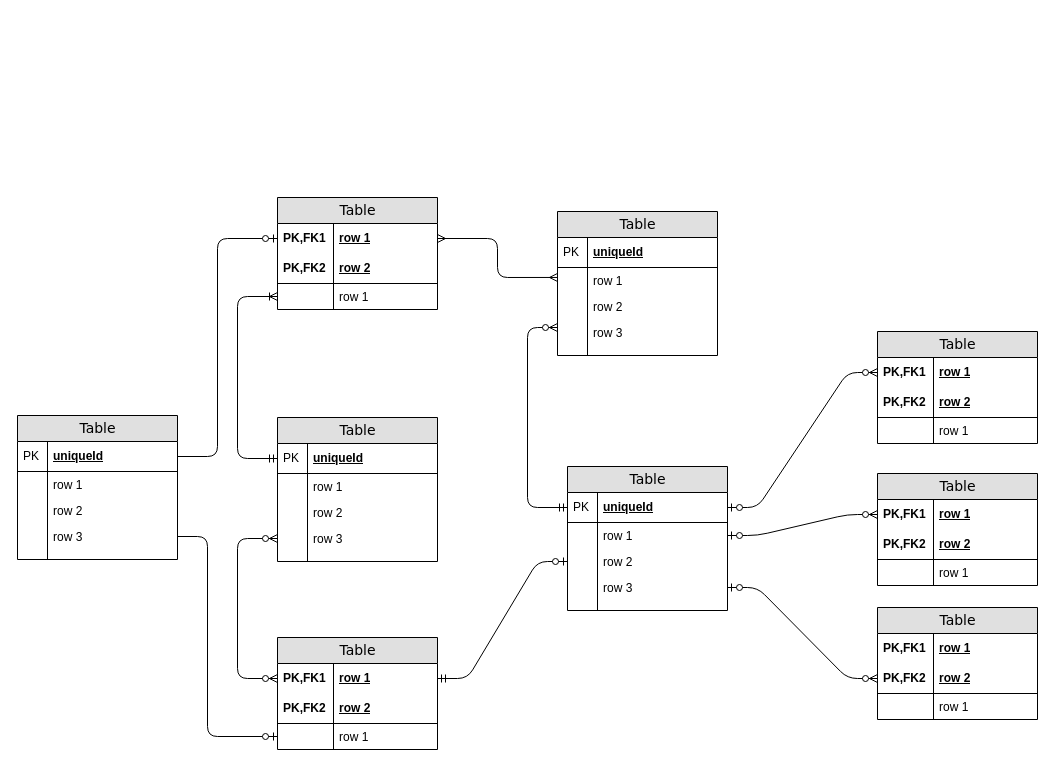
Above: VSS_Invoice_ERD.drawio in luss613/draw.io (draw.io), before the change. Source tidied: cells renumbered, new cells numbered last; positions are measured from the earlier drawing's top-left corner, leaving out a move shared by most shapes. Both pictures are drawn from the tidied source at 100%, with x=0, y=0 at pixel (17, 197).
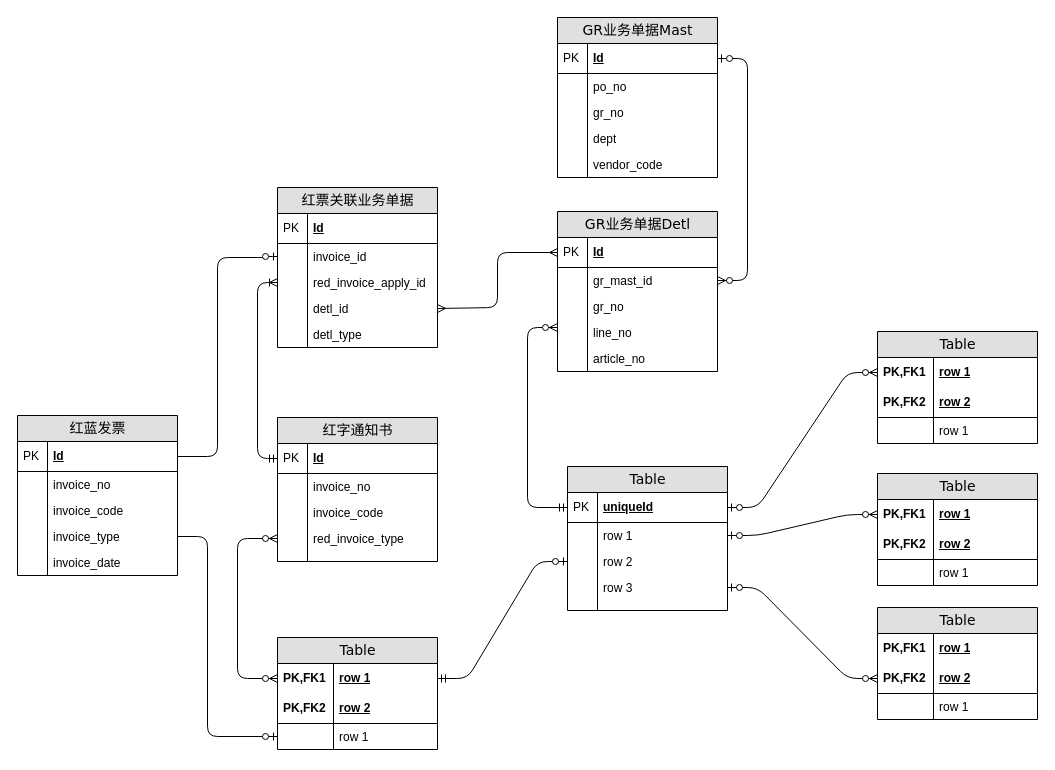
The same page after the edit.

Diff of the diagram source:
```diff
@@
-    <mxCell id="2" value="Table" style="swimlane;html=1;fontStyle=0;horizontal=1;startSize=26;fillColor=#e0e0e0;swimlaneFillColor=#ffffff;align=center;rounded=0;shadow=0;comic=0;labelBackgroundColor=none;strokeWidth=1;fontFamily=Verdana;fontSize=14;" parent="1" vertex="1">
-      <mxGeometry x="260" width="160" height="112" as="geometry" />
-    </mxCell>
-    <mxCell id="3" value="row 1" style="shape=partialRectangle;top=0;left=0;right=0;bottom=0;html=1;align=left;verticalAlign=middle;fillColor=none;spacingLeft=60;spacingRight=4;whiteSpace=wrap;overflow=hidden;points=[[0,0.5],[1,0.5]];portConstraint=eastwest;fontStyle=5;" parent="2" vertex="1">
-      <mxGeometry y="26" width="160" height="30" as="geometry" />
-    </mxCell>
-    <mxCell id="4" value="PK,FK1" style="shape=partialRectangle;fontStyle=1;top=0;left=0;bottom=0;html=1;fillColor=none;align=left;verticalAlign=middle;spacingLeft=4;spacingRight=4;whiteSpace=wrap;overflow=hidden;" parent="3" vertex="1">
-      <mxGeometry width="56" height="30" as="geometry" />
-    </mxCell>
-    <mxCell id="5" value="row 2" style="shape=partialRectangle;top=0;left=0;right=0;bottom=1;html=1;align=left;verticalAlign=middle;fillColor=none;spacingLeft=60;spacingRight=4;whiteSpace=wrap;overflow=hidden;fontStyle=5;" parent="2" vertex="1">
-      <mxGeometry y="56" width="160" height="30" as="geometry" />
-    </mxCell>
-    <mxCell id="6" value="PK,FK2" style="shape=partialRectangle;fontStyle=1;top=0;left=0;bottom=0;html=1;fillColor=none;align=left;verticalAlign=middle;spacingLeft=4;spacingRight=4;whiteSpace=wrap;overflow=hidden;" parent="5" vertex="1">
-      <mxGeometry width="56" height="30" as="geometry" />
-    </mxCell>
-    <mxCell id="7" value="row 1" style="shape=partialRectangle;top=0;left=0;right=0;bottom=0;html=1;align=left;verticalAlign=top;fillColor=none;spacingLeft=60;spacingRight=4;whiteSpace=wrap;overflow=hidden;points=[[0,0.5],[1,0.5]];portConstraint=eastwest;" parent="2" vertex="1">
-      <mxGeometry y="86" width="160" height="26" as="geometry" />
-    </mxCell>
-    <mxCell id="8" style="shape=partialRectangle;top=0;left=0;bottom=0;html=1;fillColor=none;align=left;verticalAlign=top;spacingLeft=4;spacingRight=4;whiteSpace=wrap;overflow=hidden;" parent="7" vertex="1">
-      <mxGeometry width="56" height="26" as="geometry" />
-    </mxCell>
-    <mxCell id="9" value="Table" style="swimlane;html=1;fontStyle=0;horizontal=1;startSize=26;fillColor=#e0e0e0;swimlaneFillColor=#ffffff;align=center;rounded=0;shadow=0;comic=0;labelBackgroundColor=none;strokeWidth=1;fontFamily=Verdana;fontSize=14;swimlaneLine=1;" parent="1" vertex="1">
-      <mxGeometry x="540" y="14" width="160" height="144" as="geometry" />
+    <mxCell id="9" value="GR业务单据Detl" style="swimlane;html=1;fontStyle=0;horizontal=1;startSize=26;fillColor=#e0e0e0;swimlaneFillColor=#ffffff;align=center;rounded=0;shadow=0;comic=0;labelBackgroundColor=none;strokeWidth=1;fontFamily=Verdana;fontSize=14;swimlaneLine=1;" parent="1" vertex="1">
+      <mxGeometry x="540" y="14" width="160" height="160" as="geometry" />
     </mxCell>
-    <mxCell id="10" value="uniqueId" style="shape=partialRectangle;top=0;left=0;right=0;bottom=1;html=1;align=left;verticalAlign=middle;fillColor=none;spacingLeft=34;spacingRight=4;whiteSpace=wrap;overflow=hidden;points=[[0,0.5],[1,0.5]];portConstraint=eastwest;fontStyle=5;" parent="9" vertex="1">
+    <mxCell id="10" value="Id" style="shape=partialRectangle;top=0;left=0;right=0;bottom=1;html=1;align=left;verticalAlign=middle;fillColor=none;spacingLeft=34;spacingRight=4;whiteSpace=wrap;overflow=hidden;points=[[0,0.5],[1,0.5]];portConstraint=eastwest;fontStyle=5;" parent="9" vertex="1">
       <mxGeometry y="26" width="160" height="30" as="geometry" />
     </mxCell>
@@
-    <mxCell id="12" value="row 1" style="shape=partialRectangle;top=0;left=0;right=0;bottom=0;html=1;align=left;verticalAlign=top;fillColor=none;spacingLeft=34;spacingRight=4;whiteSpace=wrap;overflow=hidden;points=[[0,0.5],[1,0.5]];portConstraint=eastwest;" parent="9" vertex="1">
+    <mxCell id="12" value="gr_mast_id" style="shape=partialRectangle;top=0;left=0;right=0;bottom=0;html=1;align=left;verticalAlign=top;fillColor=none;spacingLeft=34;spacingRight=4;whiteSpace=wrap;overflow=hidden;points=[[0,0.5],[1,0.5]];portConstraint=eastwest;" parent="9" vertex="1">
       <mxGeometry y="56" width="160" height="26" as="geometry" />
     </mxCell>
@@
-    <mxCell id="14" value="row 2" style="shape=partialRectangle;top=0;left=0;right=0;bottom=0;html=1;align=left;verticalAlign=top;fillColor=none;spacingLeft=34;spacingRight=4;whiteSpace=wrap;overflow=hidden;" parent="9" vertex="1">
+    <mxCell id="14" value="gr_no" style="shape=partialRectangle;top=0;left=0;right=0;bottom=0;html=1;align=left;verticalAlign=top;fillColor=none;spacingLeft=34;spacingRight=4;whiteSpace=wrap;overflow=hidden;" parent="9" vertex="1">
       <mxGeometry y="82" width="160" height="26" as="geometry" />
     </mxCell>
@@
-    <mxCell id="16" value="row 3" style="shape=partialRectangle;top=0;left=0;right=0;bottom=0;html=1;align=left;verticalAlign=top;fillColor=none;spacingLeft=34;spacingRight=4;whiteSpace=wrap;overflow=hidden;points=[[0,0.5],[1,0.5]];portConstraint=eastwest;" parent="9" vertex="1">
+    <mxCell id="16" value="line_no" style="shape=partialRectangle;top=0;left=0;right=0;bottom=0;html=1;align=left;verticalAlign=top;fillColor=none;spacingLeft=34;spacingRight=4;whiteSpace=wrap;overflow=hidden;points=[[0,0.5],[1,0.5]];portConstraint=eastwest;" parent="9" vertex="1">
       <mxGeometry y="108" width="160" height="26" as="geometry" />
     </mxCell>
@@
-    <mxCell id="18" style="shape=partialRectangle;top=0;left=0;right=0;bottom=0;html=1;align=left;verticalAlign=top;fillColor=none;spacingLeft=34;spacingRight=4;whiteSpace=wrap;overflow=hidden;" parent="9" vertex="1">
-      <mxGeometry y="134" width="160" height="10" as="geometry" />
+    <mxCell id="18" value="article_no" style="shape=partialRectangle;top=0;left=0;right=0;bottom=0;html=1;align=left;verticalAlign=top;fillColor=none;spacingLeft=34;spacingRight=4;whiteSpace=wrap;overflow=hidden;" parent="9" vertex="1">
+      <mxGeometry y="134" width="160" height="26" as="geometry" />
     </mxCell>
     <mxCell id="19" style="shape=partialRectangle;top=0;left=0;bottom=0;html=1;fillColor=none;align=left;verticalAlign=top;spacingLeft=4;spacingRight=4;whiteSpace=wrap;overflow=hidden;" parent="18" vertex="1">
-      <mxGeometry width="30" height="10" as="geometry" />
+      <mxGeometry width="30" height="26" as="geometry" />
     </mxCell>
-    <mxCell id="20" value="Table" style="swimlane;html=1;fontStyle=0;horizontal=1;startSize=26;fillColor=#e0e0e0;swimlaneFillColor=#ffffff;align=center;rounded=0;shadow=0;comic=0;labelBackgroundColor=none;strokeWidth=1;fontFamily=Verdana;fontSize=14;" parent="1" vertex="1">
+    <mxCell id="20" value="红字通知书" style="swimlane;html=1;fontStyle=0;horizontal=1;startSize=26;fillColor=#e0e0e0;swimlaneFillColor=#ffffff;align=center;rounded=0;shadow=0;comic=0;labelBackgroundColor=none;strokeWidth=1;fontFamily=Verdana;fontSize=14;" parent="1" vertex="1">
       <mxGeometry x="260" y="220" width="160" height="144" as="geometry" />
     </mxCell>
-    <mxCell id="21" value="uniqueId" style="shape=partialRectangle;top=0;left=0;right=0;bottom=1;html=1;align=left;verticalAlign=middle;fillColor=none;spacingLeft=34;spacingRight=4;whiteSpace=wrap;overflow=hidden;points=[[0,0.5],[1,0.5]];portConstraint=eastwest;fontStyle=5;" parent="20" vertex="1">
+    <mxCell id="21" value="Id" style="shape=partialRectangle;top=0;left=0;right=0;bottom=1;html=1;align=left;verticalAlign=middle;fillColor=none;spacingLeft=34;spacingRight=4;whiteSpace=wrap;overflow=hidden;points=[[0,0.5],[1,0.5]];portConstraint=eastwest;fontStyle=5;" parent="20" vertex="1">
       <mxGeometry y="26" width="160" height="30" as="geometry" />
     </mxCell>
@@
-    <mxCell id="23" value="row 1" style="shape=partialRectangle;top=0;left=0;right=0;bottom=0;html=1;align=left;verticalAlign=top;fillColor=none;spacingLeft=34;spacingRight=4;whiteSpace=wrap;overflow=hidden;" parent="20" vertex="1">
+    <mxCell id="23" value="invoice_no" style="shape=partialRectangle;top=0;left=0;right=0;bottom=0;html=1;align=left;verticalAlign=top;fillColor=none;spacingLeft=34;spacingRight=4;whiteSpace=wrap;overflow=hidden;" parent="20" vertex="1">
       <mxGeometry y="56" width="160" height="26" as="geometry" />
     </mxCell>
@@
-    <mxCell id="25" value="row 2" style="shape=partialRectangle;top=0;left=0;right=0;bottom=0;html=1;align=left;verticalAlign=top;fillColor=none;spacingLeft=34;spacingRight=4;whiteSpace=wrap;overflow=hidden;" parent="20" vertex="1">
+    <mxCell id="25" value="invoice_code" style="shape=partialRectangle;top=0;left=0;right=0;bottom=0;html=1;align=left;verticalAlign=top;fillColor=none;spacingLeft=34;spacingRight=4;whiteSpace=wrap;overflow=hidden;" parent="20" vertex="1">
       <mxGeometry y="82" width="160" height="26" as="geometry" />
     </mxCell>
@@
-    <mxCell id="27" value="row 3" style="shape=partialRectangle;top=0;left=0;right=0;bottom=0;html=1;align=left;verticalAlign=top;fillColor=none;spacingLeft=34;spacingRight=4;whiteSpace=wrap;overflow=hidden;points=[[0,0.5],[1,0.5]];portConstraint=eastwest;" parent="20" vertex="1">
+    <mxCell id="27" value="red_invoice_type" style="shape=partialRectangle;top=0;left=0;right=0;bottom=0;html=1;align=left;verticalAlign=top;fillColor=none;spacingLeft=34;spacingRight=4;whiteSpace=wrap;overflow=hidden;points=[[0,0.5],[1,0.5]];portConstraint=eastwest;" parent="20" vertex="1">
       <mxGeometry y="108" width="160" height="26" as="geometry" />
     </mxCell>
@@
-    <mxCell id="56" style="edgeStyle=orthogonalEdgeStyle;html=1;endArrow=ERoneToMany;startArrow=ERmandOne;labelBackgroundColor=none;fontFamily=Verdana;fontSize=14;entryX=0;entryY=0.5;exitX=0;exitY=0.5;" parent="1" edge="1" source="21" target="7">
+    <mxCell id="56" style="edgeStyle=orthogonalEdgeStyle;html=1;endArrow=ERoneToMany;startArrow=ERmandOne;labelBackgroundColor=none;fontFamily=Verdana;fontSize=14;exitX=0;exitY=0.5;" parent="1" edge="1" source="21" target="96">
       <mxGeometry relative="1" as="geometry">
         <Array as="points">
-          <mxPoint x="220" y="261" />
-          <mxPoint x="220" y="99" />
+          <mxPoint x="240" y="261" />
+          <mxPoint x="240" y="85" />
         </Array>
       </mxGeometry>
     </mxCell>
@@
-    <mxCell id="58" style="edgeStyle=orthogonalEdgeStyle;html=1;endArrow=ERmany;startArrow=ERmany;labelBackgroundColor=none;fontFamily=Verdana;fontSize=14;entryX=1;entryY=0.5;exitX=0;exitY=0.383;exitPerimeter=0;" parent="1" edge="1" source="12" target="3">
+    <mxCell id="58" style="edgeStyle=orthogonalEdgeStyle;html=1;endArrow=ERmany;startArrow=ERmany;labelBackgroundColor=none;fontFamily=Verdana;fontSize=14;entryX=1;entryY=0.5;exitX=0;exitY=0.5;exitDx=0;exitDy=0;entryDx=0;entryDy=0;" parent="1" edge="1" source="10" target="98">
       <mxGeometry relative="1" as="geometry">
         <Array as="points">
-          <mxPoint x="480" y="80" />
-          <mxPoint x="480" y="41" />
+          <mxPoint x="480" y="55" />
+          <mxPoint x="480" y="110" />
         </Array>
       </mxGeometry>
     </mxCell>
@@
-    <mxCell id="78" value="Table" style="swimlane;html=1;fontStyle=0;horizontal=1;startSize=26;fillColor=#e0e0e0;swimlaneFillColor=#ffffff;align=center;rounded=0;shadow=0;comic=0;labelBackgroundColor=none;strokeWidth=1;fontFamily=Verdana;fontSize=14;" parent="1" vertex="1">
-      <mxGeometry y="218" width="160" height="144" as="geometry" />
+    <mxCell id="78" value="红蓝发票" style="swimlane;html=1;fontStyle=0;horizontal=1;startSize=26;fillColor=#e0e0e0;swimlaneFillColor=#ffffff;align=center;rounded=0;shadow=0;comic=0;labelBackgroundColor=none;strokeWidth=1;fontFamily=Verdana;fontSize=14;" parent="1" vertex="1">
+      <mxGeometry y="218" width="160" height="160" as="geometry" />
     </mxCell>
-    <mxCell id="79" value="uniqueId" style="shape=partialRectangle;top=0;left=0;right=0;bottom=1;html=1;align=left;verticalAlign=middle;fillColor=none;spacingLeft=34;spacingRight=4;whiteSpace=wrap;overflow=hidden;points=[[0,0.5],[1,0.5]];portConstraint=eastwest;fontStyle=5;" parent="78" vertex="1">
+    <mxCell id="79" value="Id" style="shape=partialRectangle;top=0;left=0;right=0;bottom=1;html=1;align=left;verticalAlign=middle;fillColor=none;spacingLeft=34;spacingRight=4;whiteSpace=wrap;overflow=hidden;points=[[0,0.5],[1,0.5]];portConstraint=eastwest;fontStyle=5;" parent="78" vertex="1">
       <mxGeometry y="26" width="160" height="30" as="geometry" />
     </mxCell>
@@
-    <mxCell id="81" value="row 1" style="shape=partialRectangle;top=0;left=0;right=0;bottom=0;html=1;align=left;verticalAlign=top;fillColor=none;spacingLeft=34;spacingRight=4;whiteSpace=wrap;overflow=hidden;" parent="78" vertex="1">
+    <mxCell id="81" value="invoice_no" style="shape=partialRectangle;top=0;left=0;right=0;bottom=0;html=1;align=left;verticalAlign=top;fillColor=none;spacingLeft=34;spacingRight=4;whiteSpace=wrap;overflow=hidden;" parent="78" vertex="1">
       <mxGeometry y="56" width="160" height="26" as="geometry" />
     </mxCell>
@@
-    <mxCell id="83" value="row 2" style="shape=partialRectangle;top=0;left=0;right=0;bottom=0;html=1;align=left;verticalAlign=top;fillColor=none;spacingLeft=34;spacingRight=4;whiteSpace=wrap;overflow=hidden;" parent="78" vertex="1">
+    <mxCell id="83" value="invoice_code" style="shape=partialRectangle;top=0;left=0;right=0;bottom=0;html=1;align=left;verticalAlign=top;fillColor=none;spacingLeft=34;spacingRight=4;whiteSpace=wrap;overflow=hidden;" parent="78" vertex="1">
       <mxGeometry y="82" width="160" height="26" as="geometry" />
     </mxCell>
@@
-    <mxCell id="85" value="row 3" style="shape=partialRectangle;top=0;left=0;right=0;bottom=0;html=1;align=left;verticalAlign=top;fillColor=none;spacingLeft=34;spacingRight=4;whiteSpace=wrap;overflow=hidden;points=[[0,0.5],[1,0.5]];portConstraint=eastwest;" parent="78" vertex="1">
+    <mxCell id="85" value="invoice_type" style="shape=partialRectangle;top=0;left=0;right=0;bottom=0;html=1;align=left;verticalAlign=top;fillColor=none;spacingLeft=34;spacingRight=4;whiteSpace=wrap;overflow=hidden;points=[[0,0.5],[1,0.5]];portConstraint=eastwest;" parent="78" vertex="1">
       <mxGeometry y="108" width="160" height="26" as="geometry" />
     </mxCell>
@@
-    <mxCell id="87" style="shape=partialRectangle;top=0;left=0;right=0;bottom=0;html=1;align=left;verticalAlign=top;fillColor=none;spacingLeft=34;spacingRight=4;whiteSpace=wrap;overflow=hidden;" parent="78" vertex="1">
-      <mxGeometry y="134" width="160" height="10" as="geometry" />
+    <mxCell id="87" value="invoice_date" style="shape=partialRectangle;top=0;left=0;right=0;bottom=0;html=1;align=left;verticalAlign=top;fillColor=none;spacingLeft=34;spacingRight=4;whiteSpace=wrap;overflow=hidden;" parent="78" vertex="1">
+      <mxGeometry y="134" width="160" height="26" as="geometry" />
     </mxCell>
     <mxCell id="88" style="shape=partialRectangle;top=0;left=0;bottom=0;html=1;fillColor=none;align=left;verticalAlign=top;spacingLeft=4;spacingRight=4;whiteSpace=wrap;overflow=hidden;" parent="87" vertex="1">
-      <mxGeometry width="30" height="10" as="geometry" />
+      <mxGeometry width="30" height="26" as="geometry" />
     </mxCell>
-    <mxCell id="89" style="edgeStyle=orthogonalEdgeStyle;html=1;endArrow=ERzeroToOne;endFill=1;labelBackgroundColor=none;fontFamily=Verdana;fontSize=14;entryX=0;entryY=0.5;exitX=1;exitY=0.5;" parent="1" edge="1" source="79" target="3">
+    <mxCell id="89" style="edgeStyle=orthogonalEdgeStyle;html=1;endArrow=ERzeroToOne;endFill=1;labelBackgroundColor=none;fontFamily=Verdana;fontSize=14;exitX=1;exitY=0.5;" parent="1" edge="1" source="79" target="94">
       <mxGeometry relative="1" as="geometry">
         <Array as="points">
           <mxPoint x="200" y="259" />
-          <mxPoint x="200" y="41" />
+          <mxPoint x="200" y="60" />
+          <mxPoint x="250" y="60" />
+          <mxPoint x="250" y="59" />
         </Array>
       </mxGeometry>
     </mxCell>
@@
+    <mxCell id="91" value="红票关联业务单据" style="swimlane;html=1;fontStyle=0;horizontal=1;startSize=26;fillColor=#e0e0e0;swimlaneFillColor=#ffffff;align=center;rounded=0;shadow=0;comic=0;labelBackgroundColor=none;strokeWidth=1;fontFamily=Verdana;fontSize=14;swimlaneLine=1;" parent="1" vertex="1">
+      <mxGeometry x="260" y="-10" width="160" height="160" as="geometry" />
+    </mxCell>
+    <mxCell id="92" value="Id" style="shape=partialRectangle;top=0;left=0;right=0;bottom=1;html=1;align=left;verticalAlign=middle;fillColor=none;spacingLeft=34;spacingRight=4;whiteSpace=wrap;overflow=hidden;fontStyle=5;" parent="91" vertex="1">
+      <mxGeometry y="26" width="160" height="30" as="geometry" />
+    </mxCell>
+    <mxCell id="93" value="PK" style="shape=partialRectangle;top=0;left=0;bottom=0;html=1;fillColor=none;align=left;verticalAlign=middle;spacingLeft=4;spacingRight=4;whiteSpace=wrap;overflow=hidden;" parent="92" vertex="1">
+      <mxGeometry width="30" height="30" as="geometry" />
+    </mxCell>
+    <mxCell id="94" value="invoice_id" style="shape=partialRectangle;top=0;left=0;right=0;bottom=0;html=1;align=left;verticalAlign=top;fillColor=none;spacingLeft=34;spacingRight=4;whiteSpace=wrap;overflow=hidden;points=[[0,0.5],[1,0.5]];portConstraint=eastwest;" parent="91" vertex="1">
+      <mxGeometry y="56" width="160" height="26" as="geometry" />
+    </mxCell>
+    <mxCell id="95" style="shape=partialRectangle;top=0;left=0;bottom=0;html=1;fillColor=none;align=left;verticalAlign=top;spacingLeft=4;spacingRight=4;whiteSpace=wrap;overflow=hidden;" parent="94" vertex="1">
+      <mxGeometry width="30" height="26" as="geometry" />
+    </mxCell>
+    <mxCell id="96" value="red_invoice_apply_id" style="shape=partialRectangle;top=0;left=0;right=0;bottom=0;html=1;align=left;verticalAlign=top;fillColor=none;spacingLeft=34;spacingRight=4;whiteSpace=wrap;overflow=hidden;points=[[0,0.5],[1,0.5]];portConstraint=eastwest;" parent="91" vertex="1">
+      <mxGeometry y="82" width="160" height="26" as="geometry" />
+    </mxCell>
+    <mxCell id="97" style="shape=partialRectangle;top=0;left=0;bottom=0;html=1;fillColor=none;align=left;verticalAlign=top;spacingLeft=4;spacingRight=4;whiteSpace=wrap;overflow=hidden;" parent="96" vertex="1">
+      <mxGeometry width="30" height="26" as="geometry" />
+    </mxCell>
+    <mxCell id="98" value="detl_id" style="shape=partialRectangle;top=0;left=0;right=0;bottom=0;html=1;align=left;verticalAlign=top;fillColor=none;spacingLeft=34;spacingRight=4;whiteSpace=wrap;overflow=hidden;points=[[0,0.5],[1,0.5]];portConstraint=eastwest;" parent="91" vertex="1">
+      <mxGeometry y="108" width="160" height="26" as="geometry" />
+    </mxCell>
+    <mxCell id="99" style="shape=partialRectangle;top=0;left=0;bottom=0;html=1;fillColor=none;align=left;verticalAlign=top;spacingLeft=4;spacingRight=4;whiteSpace=wrap;overflow=hidden;" parent="98" vertex="1">
+      <mxGeometry width="30" height="26" as="geometry" />
+    </mxCell>
+    <mxCell id="100" value="detl_type" style="shape=partialRectangle;top=0;left=0;right=0;bottom=0;html=1;align=left;verticalAlign=top;fillColor=none;spacingLeft=34;spacingRight=4;whiteSpace=wrap;overflow=hidden;" parent="91" vertex="1">
+      <mxGeometry y="134" width="160" height="26" as="geometry" />
+    </mxCell>
+    <mxCell id="101" style="shape=partialRectangle;top=0;left=0;bottom=0;html=1;fillColor=none;align=left;verticalAlign=top;spacingLeft=4;spacingRight=4;whiteSpace=wrap;overflow=hidden;" parent="100" vertex="1">
+      <mxGeometry width="30" height="26" as="geometry" />
+    </mxCell>
+    <mxCell id="102" value="GR业务单据Mast" style="swimlane;html=1;fontStyle=0;horizontal=1;startSize=26;fillColor=#e0e0e0;swimlaneFillColor=#ffffff;align=center;rounded=0;shadow=0;comic=0;labelBackgroundColor=none;strokeWidth=1;fontFamily=Verdana;fontSize=14;swimlaneLine=1;" parent="1" vertex="1">
+      <mxGeometry x="540" y="-180" width="160" height="160" as="geometry" />
+    </mxCell>
+    <mxCell id="103" value="Id" style="shape=partialRectangle;top=0;left=0;right=0;bottom=1;html=1;align=left;verticalAlign=middle;fillColor=none;spacingLeft=34;spacingRight=4;whiteSpace=wrap;overflow=hidden;points=[[0,0.5],[1,0.5]];portConstraint=eastwest;fontStyle=5;" parent="102" vertex="1">
+      <mxGeometry y="26" width="160" height="30" as="geometry" />
+    </mxCell>
+    <mxCell id="104" value="PK" style="shape=partialRectangle;top=0;left=0;bottom=0;html=1;fillColor=none;align=left;verticalAlign=middle;spacingLeft=4;spacingRight=4;whiteSpace=wrap;overflow=hidden;" parent="103" vertex="1">
+      <mxGeometry width="30" height="30" as="geometry" />
+    </mxCell>
+    <mxCell id="105" value="po_no" style="shape=partialRectangle;top=0;left=0;right=0;bottom=0;html=1;align=left;verticalAlign=top;fillColor=none;spacingLeft=34;spacingRight=4;whiteSpace=wrap;overflow=hidden;" parent="102" vertex="1">
+      <mxGeometry y="56" width="160" height="26" as="geometry" />
+    </mxCell>
+    <mxCell id="106" style="shape=partialRectangle;top=0;left=0;bottom=0;html=1;fillColor=none;align=left;verticalAlign=top;spacingLeft=4;spacingRight=4;whiteSpace=wrap;overflow=hidden;" parent="105" vertex="1">
+      <mxGeometry width="30" height="26" as="geometry" />
+    </mxCell>
+    <mxCell id="107" value="gr_no" style="shape=partialRectangle;top=0;left=0;right=0;bottom=0;html=1;align=left;verticalAlign=top;fillColor=none;spacingLeft=34;spacingRight=4;whiteSpace=wrap;overflow=hidden;" parent="102" vertex="1">
+      <mxGeometry y="82" width="160" height="26" as="geometry" />
+    </mxCell>
+    <mxCell id="108" style="shape=partialRectangle;top=0;left=0;bottom=0;html=1;fillColor=none;align=left;verticalAlign=top;spacingLeft=4;spacingRight=4;whiteSpace=wrap;overflow=hidden;" parent="107" vertex="1">
+      <mxGeometry width="30" height="26" as="geometry" />
+    </mxCell>
+    <mxCell id="109" value="dept" style="shape=partialRectangle;top=0;left=0;right=0;bottom=0;html=1;align=left;verticalAlign=top;fillColor=none;spacingLeft=34;spacingRight=4;whiteSpace=wrap;overflow=hidden;" parent="102" vertex="1">
+      <mxGeometry y="108" width="160" height="26" as="geometry" />
+    </mxCell>
+    <mxCell id="110" style="shape=partialRectangle;top=0;left=0;bottom=0;html=1;fillColor=none;align=left;verticalAlign=top;spacingLeft=4;spacingRight=4;whiteSpace=wrap;overflow=hidden;" parent="109" vertex="1">
+      <mxGeometry width="30" height="26" as="geometry" />
+    </mxCell>
+    <mxCell id="111" value="vendor_code" style="shape=partialRectangle;top=0;left=0;right=0;bottom=0;html=1;align=left;verticalAlign=top;fillColor=none;spacingLeft=34;spacingRight=4;whiteSpace=wrap;overflow=hidden;" parent="102" vertex="1">
+      <mxGeometry y="134" width="160" height="26" as="geometry" />
+    </mxCell>
+    <mxCell id="112" style="shape=partialRectangle;top=0;left=0;bottom=0;html=1;fillColor=none;align=left;verticalAlign=top;spacingLeft=4;spacingRight=4;whiteSpace=wrap;overflow=hidden;" parent="111" vertex="1">
+      <mxGeometry width="30" height="26" as="geometry" />
+    </mxCell>
+    <mxCell id="113" style="edgeStyle=entityRelationEdgeStyle;fontSize=12;html=1;endArrow=ERzeroToMany;startArrow=ERzeroToOne;rounded=1;exitX=1;exitY=0.5;exitDx=0;exitDy=0;curved=0;" parent="1" edge="1" source="103" target="12">
+      <mxGeometry relative="1" as="geometry" />
+    </mxCell>
```
